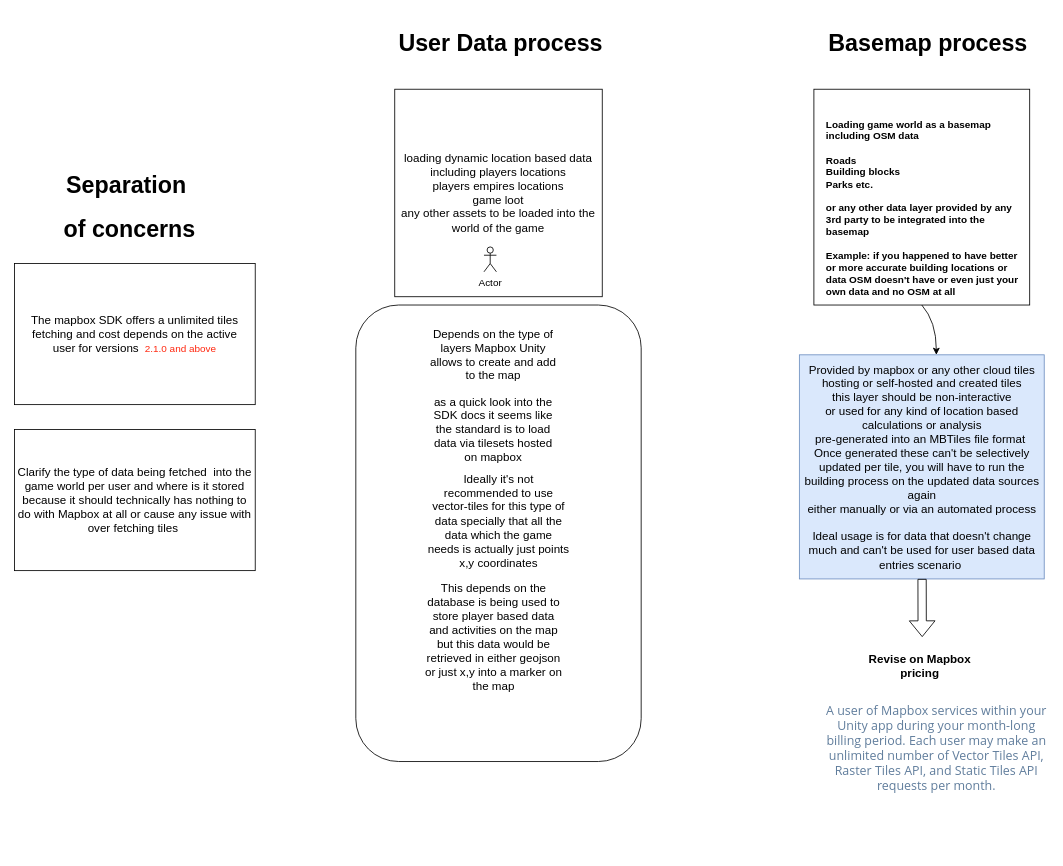
Above: Untitled Diagram.drawio in mapsgeek/30-days-of-vue (draw.io), before the change. Source tidied: cells renumbered, new cells numbered last; positions are measured from the earlier drawing's top-left corner, leaving out a move shared by most shapes. Both pictures are drawn from the tidied source at 83%, with x=0, y=0 at pixel (14, 22).
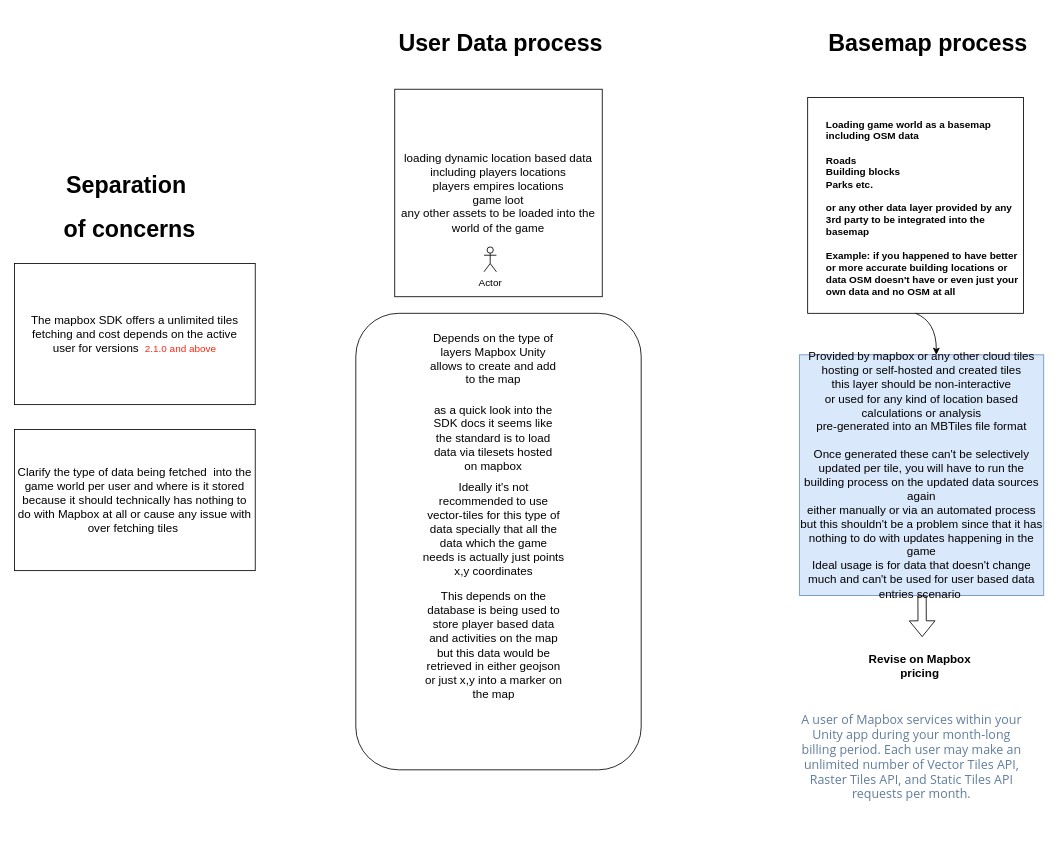
After the change.

Diff of the diagram source:
```diff
@@
     <mxCell id="2" style="whiteSpace=wrap;html=1;" parent="1" vertex="1">
-      <mxGeometry x="963.1" y="80" width="260" height="260" as="geometry" />
+      <mxGeometry x="955.6" y="90" width="260" height="260" as="geometry" />
     </mxCell>
@@
     <mxCell id="7" value="&#10;&#10;&lt;p class=&quot;color-gray mb18&quot; style=&quot;box-sizing: inherit; margin: 0px 0px 18px; padding: 0px; border: 0px; font-size: 15px; vertical-align: baseline; color: rgb(96, 125, 156); font-family: &amp;quot;open sans&amp;quot;, sans-serif; font-style: normal; font-weight: 400; letter-spacing: normal; text-indent: 0px; text-transform: none; word-spacing: 0px; background-color: rgb(255, 255, 255);&quot;&gt;A user of Mapbox services within your Unity app during your month-long billing period. Each user may make an unlimited number of Vector Tiles API, Raster Tiles API, and Static Tiles API requests per month.&lt;/p&gt;&lt;br class=&quot;Apple-interchange-newline&quot;&gt;&#10;&#10;" style="text;html=1;strokeColor=none;fillColor=none;align=center;verticalAlign=middle;whiteSpace=wrap;rounded=0;" parent="1" vertex="1">
-      <mxGeometry x="975.6" y="800" width="270" height="180" as="geometry" />
+      <mxGeometry x="945.6" y="810" width="270" height="180" as="geometry" />
     </mxCell>
-    <mxCell id="8" value="Provided by mapbox or any other cloud tiles hosting or self-hosted and created tiles&lt;br style=&quot;font-size: 14px;&quot;&gt;this layer should be non-interactive&lt;br style=&quot;font-size: 14px;&quot;&gt;or used for any kind of location based calculations or analysis&lt;br style=&quot;font-size: 14px;&quot;&gt;pre-generated into an MBTiles file format&amp;nbsp;&lt;br style=&quot;font-size: 14px;&quot;&gt;Once generated these can't be selectively updated per tile, you will have to run the building process on the updated data sources again&lt;br style=&quot;font-size: 14px;&quot;&gt;either manually or via an automated process&lt;br style=&quot;font-size: 14px;&quot;&gt;&lt;br style=&quot;font-size: 14px;&quot;&gt;Ideal usage is for data that doesn't change much and can't be used for user based data entries scenario&amp;nbsp;" style="text;html=1;align=center;verticalAlign=middle;whiteSpace=wrap;rounded=0;fillColor=#dae8fc;strokeColor=#6c8ebf;fontSize=14;labelBorderColor=none;labelPosition=center;verticalLabelPosition=middle;horizontal=1;" parent="1" vertex="1">
-      <mxGeometry x="945.6" y="400" width="295" height="270" as="geometry" />
+    <mxCell id="8" value="Provided by mapbox or any other cloud tiles hosting or self-hosted and created tiles&lt;br style=&quot;font-size: 14px&quot;&gt;this layer should be non-interactive&lt;br style=&quot;font-size: 14px&quot;&gt;or used for any kind of location based calculations or analysis&lt;br style=&quot;font-size: 14px&quot;&gt;pre-generated into an MBTiles file format&lt;br&gt;&lt;br style=&quot;font-size: 14px&quot;&gt;Once generated these can't be selectively updated per tile, you will have to run the building process on the updated data sources again&lt;br style=&quot;font-size: 14px&quot;&gt;either manually or via an automated process&lt;br&gt;but this shouldn't be a problem since that it has nothing to do with updates happening in the game&lt;br style=&quot;font-size: 14px&quot;&gt;Ideal usage is for data that doesn't change much and can't be used for user based data entries scenario&amp;nbsp;" style="text;html=1;align=center;verticalAlign=middle;whiteSpace=wrap;rounded=0;fillColor=#dae8fc;strokeColor=#6c8ebf;fontSize=14;labelBorderColor=none;labelPosition=center;verticalLabelPosition=middle;horizontal=1;" parent="1" vertex="1">
+      <mxGeometry x="945.6" y="400" width="294.4" height="290" as="geometry" />
     </mxCell>
@@
     <mxCell id="13" style="rounded=1;whiteSpace=wrap;html=1;fontSize=14;align=center;" parent="1" vertex="1">
-      <mxGeometry x="411.2" y="340" width="343.8" height="550" as="geometry" />
+      <mxGeometry x="411.2" y="350" width="343.8" height="550" as="geometry" />
     </mxCell>
     <mxCell id="14" value="Depends on the type of layers Mapbox Unity allows to create and add to the map" style="text;html=1;strokeColor=none;fillColor=none;align=center;verticalAlign=middle;whiteSpace=wrap;rounded=0;fontSize=14;" parent="1" vertex="1">
-      <mxGeometry x="496.9" y="350" width="160" height="100" as="geometry" />
+      <mxGeometry x="496.9" y="355" width="160" height="100" as="geometry" />
     </mxCell>
     <mxCell id="15" value="as a quick look into the SDK docs it seems like the standard is to load data via tilesets hosted on mapbox" style="text;html=1;strokeColor=none;fillColor=none;align=center;verticalAlign=middle;whiteSpace=wrap;rounded=0;fontSize=14;" parent="1" vertex="1">
-      <mxGeometry x="496.9" y="440" width="160" height="100" as="geometry" />
+      <mxGeometry x="496.9" y="450" width="160" height="100" as="geometry" />
     </mxCell>
     <mxCell id="16" value="Ideally it's not recommended to use vector-tiles for this type of data specially that all the data which the game needs is actually just points x,y coordinates" style="text;html=1;strokeColor=none;fillColor=none;align=center;verticalAlign=middle;whiteSpace=wrap;rounded=0;fontSize=14;" parent="1" vertex="1">
-      <mxGeometry x="496.9" y="530" width="172.5" height="140" as="geometry" />
+      <mxGeometry x="490.6" y="540" width="172.5" height="140" as="geometry" />
     </mxCell>
     <mxCell id="17" value="This depends on the database is being used to store player based data and activities on the map&lt;br&gt;but this data would be retrieved in either geojson or just x,y into a marker on the map" style="text;html=1;strokeColor=none;fillColor=none;align=center;verticalAlign=middle;whiteSpace=wrap;rounded=0;fontSize=14;" parent="1" vertex="1">
-      <mxGeometry x="490.6" y="670" width="172.5" height="140" as="geometry" />
+      <mxGeometry x="490.6" y="680" width="172.5" height="140" as="geometry" />
     </mxCell>
```
